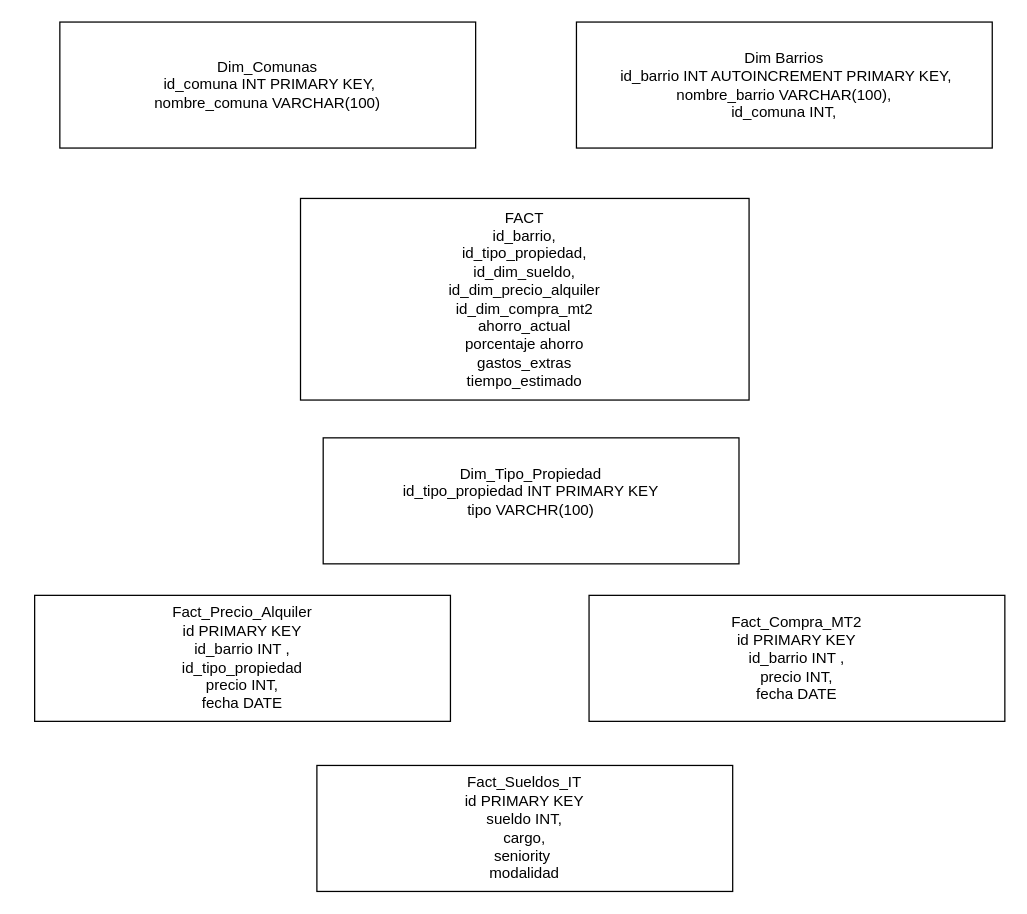
The draw.io diagram Diagramas/Modelo de datos.drawio in tiagocae32/Proyecto-Jupi, before the edit. Source tidied: cells renumbered, new cells numbered last; positions are measured from the earlier drawing's top-left corner, leaving out a move shared by most shapes. Both pictures are drawn from the tidied source at 126%, with x=0, y=0 at pixel (34, 21).
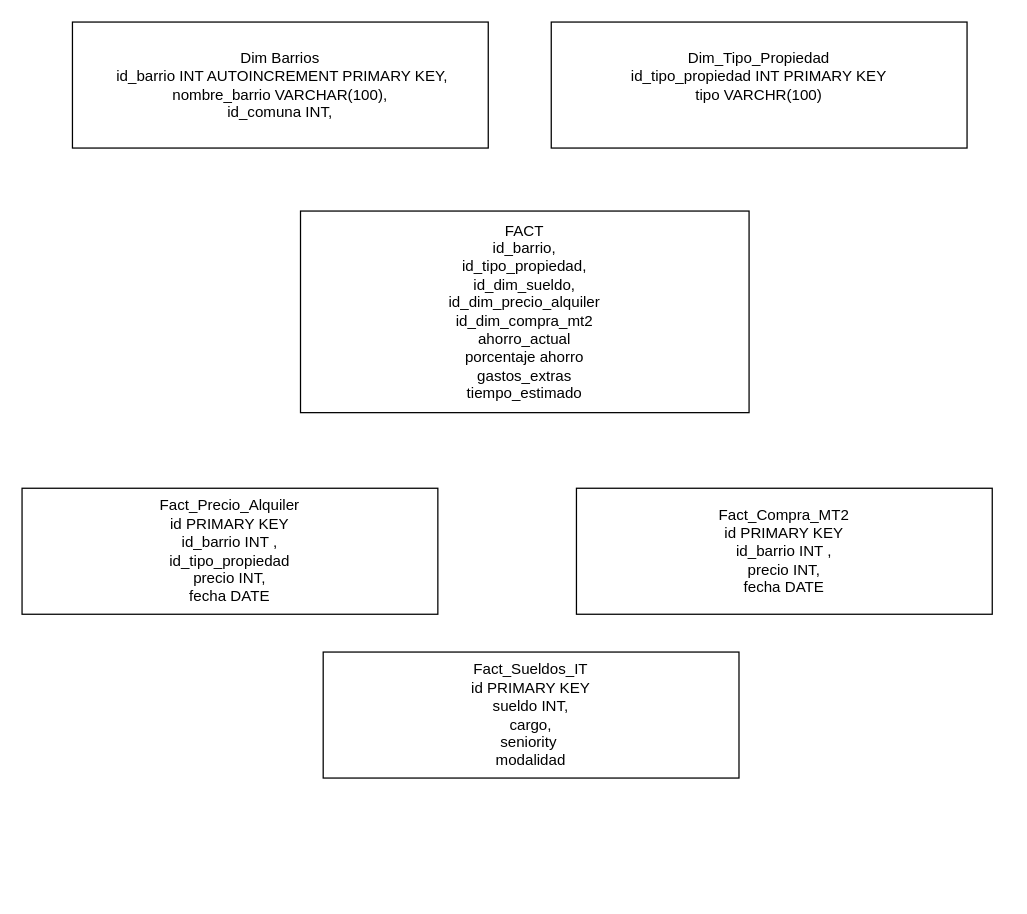
The same page after the edit.

Commit message:
remove dim comunas

What changed in the source:
```diff
@@
 <mxGraphModel>
   <root>
     <mxCell id="0" />
     <mxCell id="1" parent="0" />
     <mxCell id="2" value="Fact_Compra_MT2&lt;div&gt;id PRIMARY KEY&lt;/div&gt;&lt;div&gt;id_barrio INT ,&lt;/div&gt;&lt;div&gt;precio INT,&lt;/div&gt;&lt;div&gt;fecha DATE&lt;/div&gt;" style="rounded=0;whiteSpace=wrap;html=1;" parent="1" vertex="1">
-      <mxGeometry x="440" y="455" width="330" height="100" as="geometry" />
+      <mxGeometry x="430" y="370" width="330" height="100" as="geometry" />
     </mxCell>
     <mxCell id="3" value="Dim Barrios&lt;div&gt;&amp;nbsp;id_barrio &lt;span class=&quot;hljs-type&quot;&gt;INT&lt;/span&gt; AUTOINCREMENT &lt;span class=&quot;hljs-keyword&quot;&gt;PRIMARY&lt;/span&gt; KEY,&lt;br/&gt;    nombre_barrio &lt;span class=&quot;hljs-type&quot;&gt;VARCHAR&lt;/span&gt;(&lt;span class=&quot;hljs-number&quot;&gt;100&lt;/span&gt;),&lt;br/&gt;    id_comuna &lt;span class=&quot;hljs-type&quot;&gt;INT&lt;/span&gt;,&lt;/div&gt;" style="rounded=0;whiteSpace=wrap;html=1;" parent="1" vertex="1">
-      <mxGeometry x="430" width="330" height="100" as="geometry" />
+      <mxGeometry x="30" width="330" height="100" as="geometry" />
     </mxCell>
     <mxCell id="4" value="Dim_Tipo_Propiedad&lt;div&gt;id_tipo_propiedad INT PRIMARY KEY&lt;/div&gt;&lt;div&gt;tipo VARCHR(100)&lt;/div&gt;&lt;div&gt;&lt;br&gt;&lt;/div&gt;" style="rounded=0;whiteSpace=wrap;html=1;" parent="1" vertex="1">
-      <mxGeometry x="229" y="330" width="330" height="100" as="geometry" />
+      <mxGeometry x="410" width="330" height="100" as="geometry" />
     </mxCell>
     <mxCell id="5" value="Fact_Precio_Alquiler&lt;div&gt;id PRIMARY KEY&lt;/div&gt;&lt;div&gt;id_barrio INT ,&lt;/div&gt;&lt;div&gt;id_tipo_propiedad&lt;/div&gt;&lt;div&gt;precio INT,&lt;/div&gt;&lt;div&gt;fecha DATE&lt;/div&gt;" style="rounded=0;whiteSpace=wrap;html=1;" parent="1" vertex="1">
-      <mxGeometry y="455" width="330" height="100" as="geometry" />
+      <mxGeometry x="-10" y="370" width="330" height="100" as="geometry" />
     </mxCell>
-    <mxCell id="6" value="Dim_Comunas&lt;div&gt;&amp;nbsp;id_comuna &lt;span class=&quot;hljs-type&quot;&gt;INT&lt;/span&gt; &lt;span class=&quot;hljs-keyword&quot;&gt;PRIMARY&lt;/span&gt; KEY,&lt;br/&gt;    nombre_comuna &lt;span class=&quot;hljs-type&quot;&gt;VARCHAR&lt;/span&gt;(&lt;span class=&quot;hljs-number&quot;&gt;100&lt;/span&gt;)&lt;/div&gt;" style="rounded=0;whiteSpace=wrap;html=1;" parent="1" vertex="1">
-      <mxGeometry x="20" width="330" height="100" as="geometry" />
-    </mxCell>
     <mxCell id="7" value="FACT&lt;div&gt;id_barrio,&lt;/div&gt;&lt;div&gt;id_tipo_propiedad,&lt;/div&gt;&lt;div&gt;id_dim_sueldo,&lt;/div&gt;&lt;div&gt;id_dim_precio_alquiler&lt;/div&gt;&lt;div&gt;id_dim_compra_mt2&lt;/div&gt;&lt;div&gt;ahorro_actual&lt;/div&gt;&lt;div&gt;&lt;div&gt;porcentaje ahorro&lt;/div&gt;&lt;/div&gt;&lt;div&gt;&lt;span style=&quot;background-color: transparent; color: light-dark(rgb(0, 0, 0), rgb(255, 255, 255));&quot;&gt;gastos_extras&lt;/span&gt;&lt;/div&gt;&lt;div&gt;&lt;span style=&quot;background-color: transparent; color: light-dark(rgb(0, 0, 0), rgb(255, 255, 255));&quot;&gt;tiempo_estimado&lt;/span&gt;&lt;/div&gt;" style="rounded=0;whiteSpace=wrap;html=1;" parent="1" vertex="1">
-      <mxGeometry x="211" y="140" width="356" height="160" as="geometry" />
+      <mxGeometry x="211" y="150" width="356" height="160" as="geometry" />
     </mxCell>
     <mxCell id="8" value="Fact_Sueldos_IT&lt;div&gt;id PRIMARY KEY&lt;/div&gt;&lt;div&gt;sueldo INT,&lt;/div&gt;&lt;div&gt;cargo,&lt;/div&gt;&lt;div&gt;seniority&amp;nbsp;&lt;/div&gt;&lt;div&gt;modalidad&lt;/div&gt;" style="rounded=0;whiteSpace=wrap;html=1;" parent="1" vertex="1">
-      <mxGeometry x="224" y="590" width="330" height="100" as="geometry" />
+      <mxGeometry x="229" y="500" width="330" height="100" as="geometry" />
     </mxCell>
   </root>
 </mxGraphModel>
```
